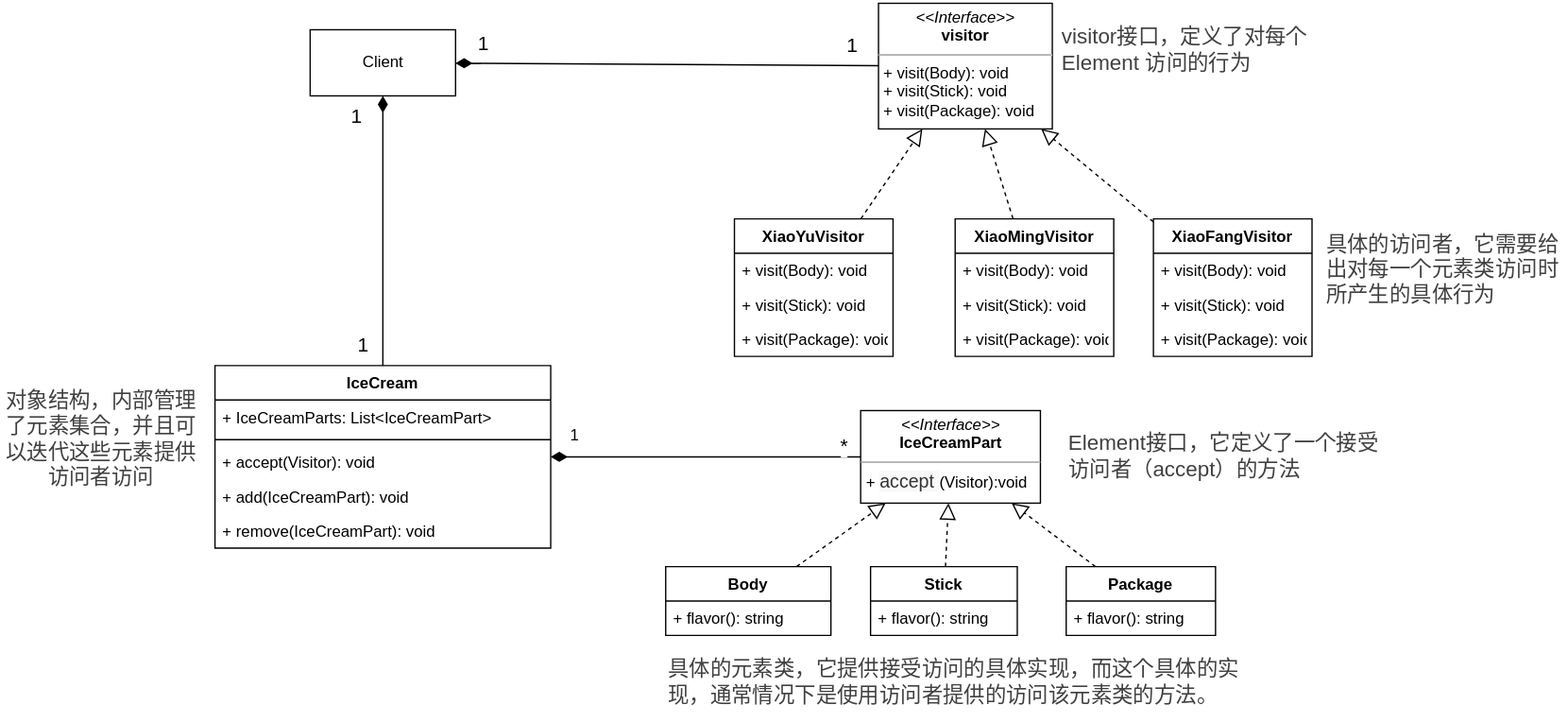
Before: 博客/知识总结/设计模式/访问者模式.drawio.svg, a diagram exported from draw.io (su-dd/CDN). Source tidied: cells renumbered, new cells last; positions are measured from the earlier drawing's top-left corner, leaving out a move shared by most shapes.
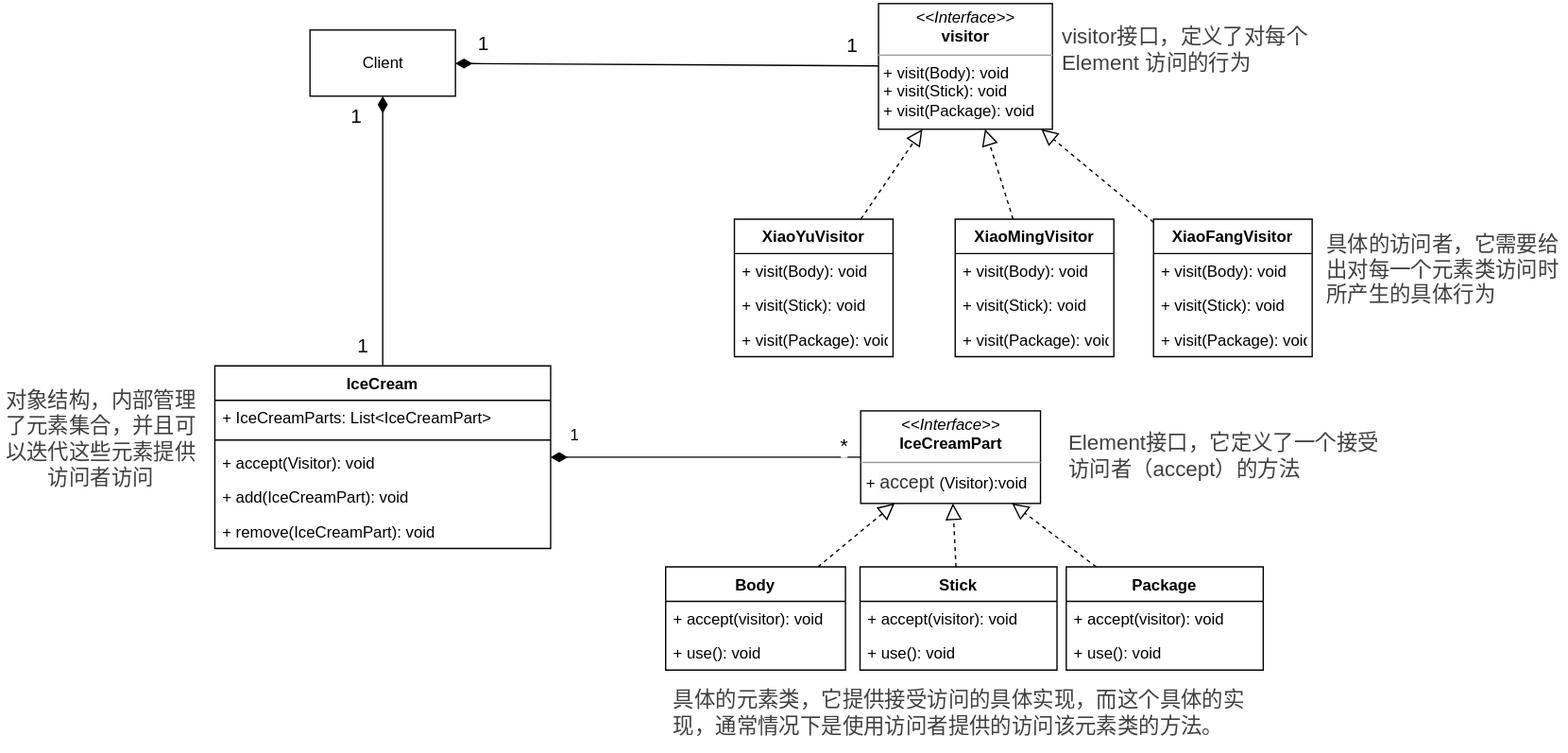
After the commit.

Change to the diagram source:
```diff
@@ -22,20 +22,26 @@
       <mxGeometry relative="1" as="geometry" />
     </mxCell>
     <mxCell id="7" value="Package" style="swimlane;fontStyle=1;align=center;verticalAlign=top;horizontal=1;startSize=26;" parent="1" vertex="1">
-      <mxGeometry x="806" y="428" width="113" height="52" as="geometry" />
+      <mxGeometry x="806" y="428" width="149" height="78" as="geometry" />
     </mxCell>
-    <mxCell id="8" value="+ flavor(): string" style="text;strokeColor=none;fillColor=none;align=left;verticalAlign=top;spacingLeft=4;spacingRight=4;overflow=hidden;" parent="7" vertex="1">
-      <mxGeometry y="26" width="113" height="26" as="geometry" />
+    <mxCell id="8" value="+ accept(visitor): void" style="text;strokeColor=none;fillColor=none;align=left;verticalAlign=top;spacingLeft=4;spacingRight=4;overflow=hidden;" parent="7" vertex="1">
+      <mxGeometry y="26" width="149" height="26" as="geometry" />
     </mxCell>
+    <mxCell id="49" value="+ use(): void" style="text;strokeColor=none;fillColor=none;align=left;verticalAlign=top;spacingLeft=4;spacingRight=4;overflow=hidden;" parent="7" vertex="1">
+      <mxGeometry y="52" width="149" height="26" as="geometry" />
+    </mxCell>
     <mxCell id="9" style="edgeStyle=none;rounded=0;jettySize=auto;html=1;endArrow=block;endFill=0;dashed=1;endSize=10;" parent="1" edge="1" source="10" target="25">
       <mxGeometry relative="1" as="geometry" />
     </mxCell>
     <mxCell id="10" value="Stick" style="swimlane;fontStyle=1;align=center;verticalAlign=top;horizontal=1;startSize=26;" parent="1" vertex="1">
-      <mxGeometry x="658" y="428" width="111" height="52" as="geometry" />
+      <mxGeometry x="650" y="428" width="149" height="78" as="geometry" />
     </mxCell>
-    <mxCell id="11" value="+ flavor(): string" style="text;strokeColor=none;fillColor=none;align=left;verticalAlign=top;spacingLeft=4;spacingRight=4;overflow=hidden;" parent="10" vertex="1">
-      <mxGeometry y="26" width="111" height="26" as="geometry" />
+    <mxCell id="11" value="+ accept(visitor): void" style="text;strokeColor=none;fillColor=none;align=left;verticalAlign=top;spacingLeft=4;spacingRight=4;overflow=hidden;" parent="10" vertex="1">
+      <mxGeometry y="26" width="149" height="26" as="geometry" />
     </mxCell>
+    <mxCell id="50" value="+ use(): void" style="text;strokeColor=none;fillColor=none;align=left;verticalAlign=top;spacingLeft=4;spacingRight=4;overflow=hidden;" parent="10" vertex="1">
+      <mxGeometry y="52" width="149" height="26" as="geometry" />
+    </mxCell>
     <mxCell id="12" style="edgeStyle=none;rounded=0;jettySize=auto;html=1;dashed=1;endArrow=block;endFill=0;endSize=10;" parent="1" edge="1" source="13" target="5">
       <mxGeometry relative="1" as="geometry" />
     </mxCell>
@@ -84,11 +90,14 @@
       <mxGeometry relative="1" as="geometry" />
     </mxCell>
     <mxCell id="27" value="Body" style="swimlane;fontStyle=1;align=center;verticalAlign=top;horizontal=1;startSize=26;" parent="1" vertex="1">
-      <mxGeometry x="503" y="428" width="125" height="52" as="geometry" />
+      <mxGeometry x="503" y="428" width="136" height="78" as="geometry" />
     </mxCell>
-    <mxCell id="28" value="+ flavor(): string" style="text;strokeColor=none;fillColor=none;align=left;verticalAlign=top;spacingLeft=4;spacingRight=4;overflow=hidden;" parent="27" vertex="1">
-      <mxGeometry y="26" width="125" height="26" as="geometry" />
+    <mxCell id="28" value="+ accept(visitor): void" style="text;strokeColor=none;fillColor=none;align=left;verticalAlign=top;spacingLeft=4;spacingRight=4;overflow=hidden;" parent="27" vertex="1">
+      <mxGeometry y="26" width="136" height="26" as="geometry" />
     </mxCell>
+    <mxCell id="51" value="+ use(): void" style="text;strokeColor=none;fillColor=none;align=left;verticalAlign=top;spacingLeft=4;spacingRight=4;overflow=hidden;" parent="27" vertex="1">
+      <mxGeometry y="52" width="136" height="26" as="geometry" />
+    </mxCell>
     <mxCell id="29" style="edgeStyle=none;html=1;fontSize=15;endArrow=diamondThin;endFill=1;endSize=10;" parent="1" edge="1" source="32" target="22">
       <mxGeometry relative="1" as="geometry" />
     </mxCell>
@@ -148,7 +157,7 @@
       <mxGeometry x="806" y="310" width="240" height="68" as="geometry" />
     </mxCell>
     <mxCell id="47" value="&lt;span style=&quot;color: rgb(64, 64, 64); font-size: 16px;&quot;&gt;具体的元素类，它提供接受访问的具体实现，而这个具体的实现，通常情况下是使用访问者提供的访问该元素类的方法。&lt;/span&gt;" style="text;html=1;strokeColor=none;fillColor=none;align=left;verticalAlign=middle;whiteSpace=wrap;rounded=0;fontSize=15;" parent="1" vertex="1">
-      <mxGeometry x="503" y="485" width="437" height="60" as="geometry" />
+      <mxGeometry x="507" y="508" width="437" height="60" as="geometry" />
     </mxCell>
     <mxCell id="48" value="&lt;span style=&quot;color: rgb(64 , 64 , 64) ; font-family: , &amp;#34;blinkmacsystemfont&amp;#34; , &amp;#34;apple color emoji&amp;#34; , &amp;#34;segoe ui emoji&amp;#34; , &amp;#34;segoe ui symbol&amp;#34; , &amp;#34;segoe ui&amp;#34; , &amp;#34;pingfang sc&amp;#34; , &amp;#34;hiragino sans gb&amp;#34; , &amp;#34;microsoft yahei&amp;#34; , &amp;#34;helvetica neue&amp;#34; , &amp;#34;helvetica&amp;#34; , &amp;#34;arial&amp;#34; , sans-serif ; font-size: 16px ; text-align: left&quot;&gt;对象结构，内部管理了元素集合，并且可以迭代这些元素提供访问者访问&lt;/span&gt;" style="text;html=1;strokeColor=none;fillColor=none;align=center;verticalAlign=middle;whiteSpace=wrap;rounded=0;fontSize=15;" parent="1" vertex="1">
       <mxGeometry y="276" width="152" height="109" as="geometry" />
```
